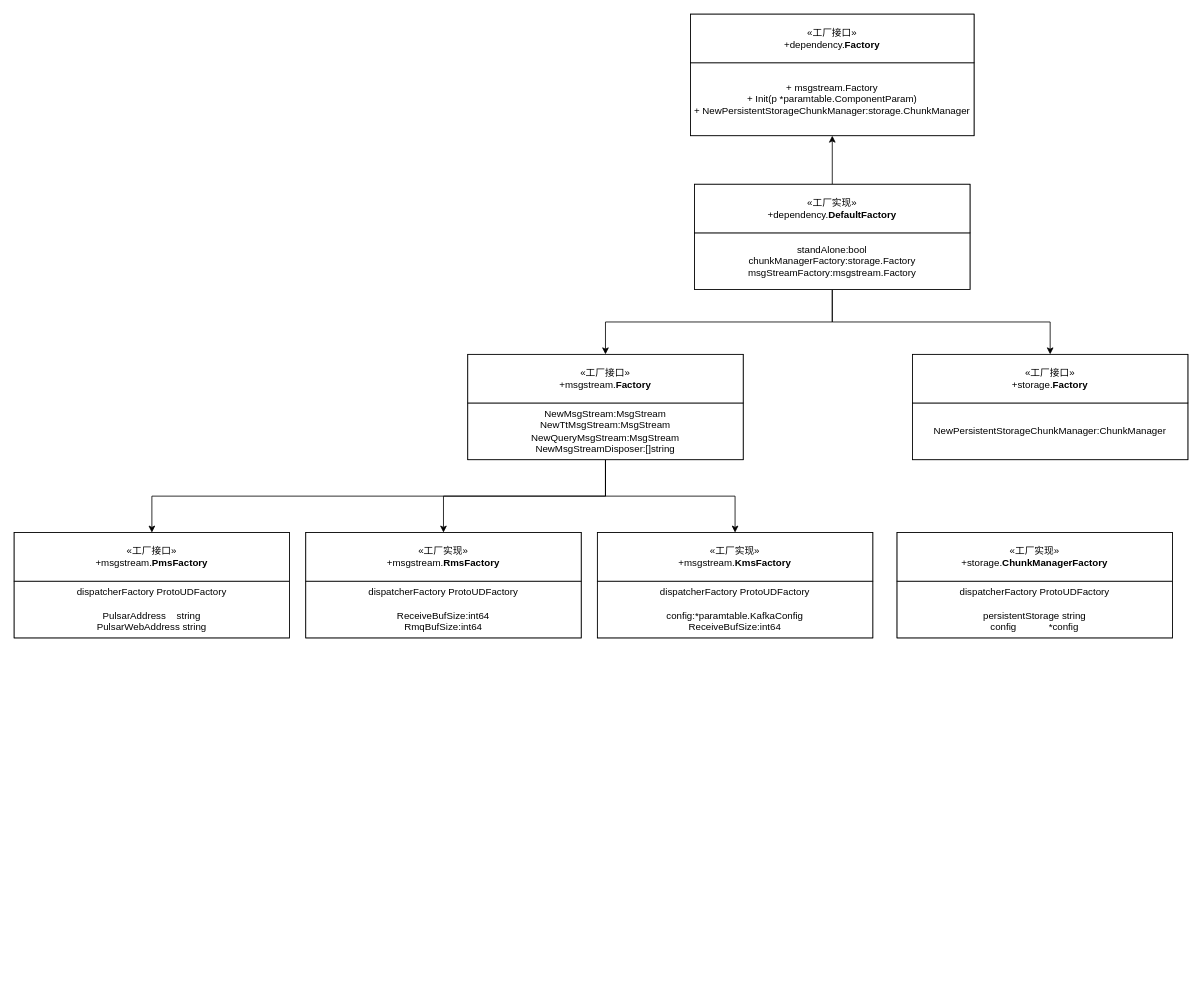
Before: 未命名绘图.drawio in wangjn163/web, a draw.io diagram. Source tidied: cells renumbered, new cells numbered last; positions are measured from the earlier drawing's top-left corner, leaving out a move shared by most shapes. Both pictures are drawn from the tidied source at 81%, with x=0, y=0 at pixel (14, 14).
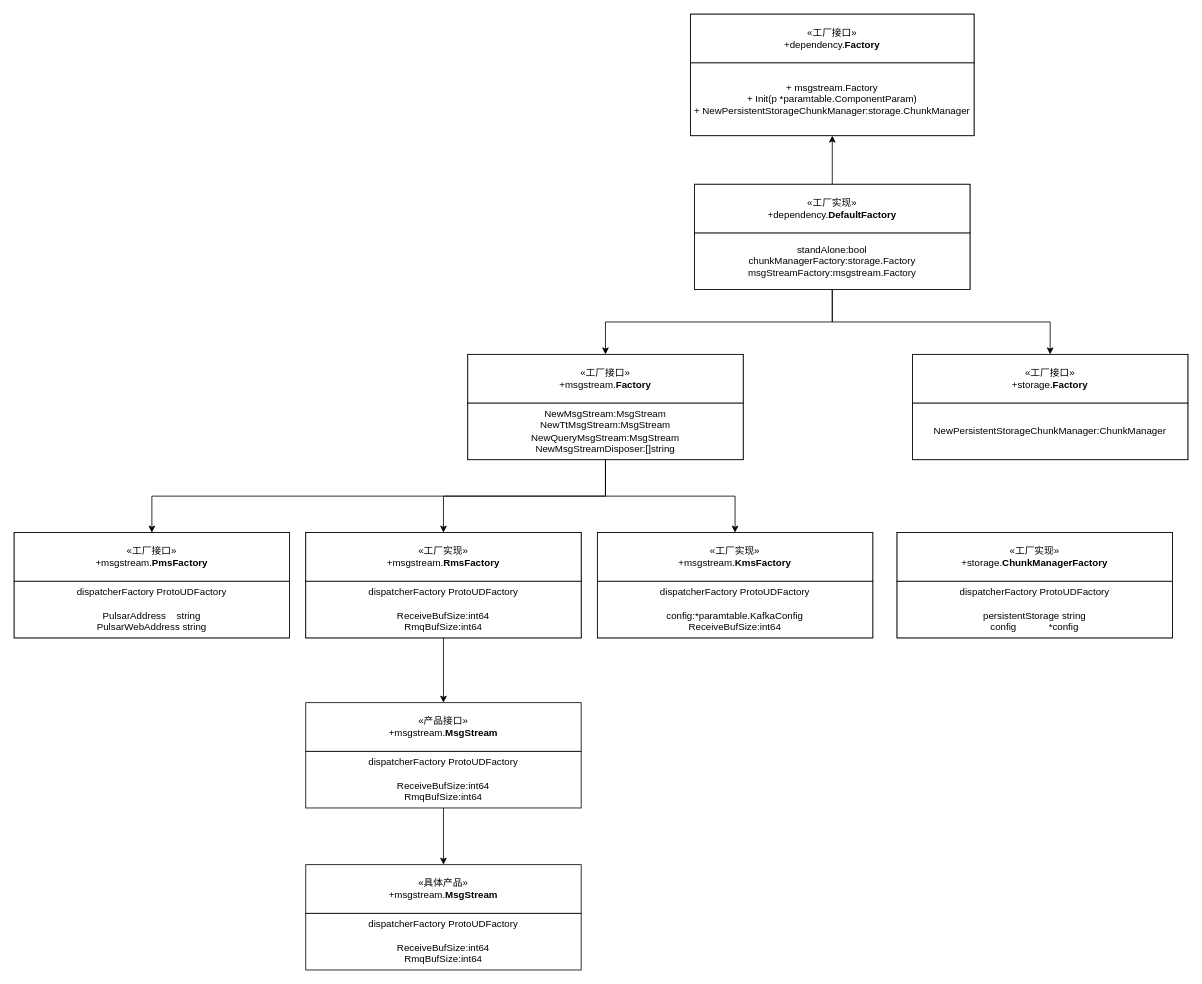
The same diagram, later.

The change refers to these unchanged cells:
```xml
<mxCell id="24" value="&lt;div&gt;dispatcherFactory ProtoUDFactory&lt;br&gt;&lt;/div&gt;&lt;div&gt;&lt;br&gt;&lt;/div&gt;&lt;div&gt;ReceiveBufSize:int64&lt;br&gt;&lt;/div&gt;&lt;div&gt;RmqBufSize:int64&lt;br&gt;&lt;/div&gt;" style="html=1;whiteSpace=wrap;" parent="1" vertex="1">
  <mxGeometry x="360" y="700" width="340" height="70" as="geometry" />
</mxCell>
```

Diff of the diagram source:
```diff
@@
+    <mxCell id="32" style="edgeStyle=orthogonalEdgeStyle;rounded=0;jettySize=auto;html=1;entryX=0.5;entryY=0;entryDx=0;entryDy=0;" parent="1" edge="1" source="24" target="35">
+      <mxGeometry relative="1" as="geometry" />
+    </mxCell>
@@
+    <mxCell id="33" style="edgeStyle=orthogonalEdgeStyle;rounded=0;jettySize=auto;html=1;exitX=0.5;exitY=1;exitDx=0;exitDy=0;entryX=0.5;entryY=0;entryDx=0;entryDy=0;" parent="1" edge="1" source="34" target="37">
+      <mxGeometry relative="1" as="geometry" />
+    </mxCell>
+    <mxCell id="34" value="&lt;div&gt;dispatcherFactory ProtoUDFactory&lt;br&gt;&lt;/div&gt;&lt;div&gt;&lt;br&gt;&lt;/div&gt;&lt;div&gt;ReceiveBufSize:int64&lt;br&gt;&lt;/div&gt;&lt;div&gt;RmqBufSize:int64&lt;br&gt;&lt;/div&gt;" style="html=1;whiteSpace=wrap;" parent="1" vertex="1">
+      <mxGeometry x="360" y="910" width="340" height="70" as="geometry" />
+    </mxCell>
+    <mxCell id="35" value="«产品接口»&lt;div&gt;+msgstream.&lt;span style=&quot;background-color: initial;&quot;&gt;&lt;b&gt;MsgStream&lt;/b&gt;&lt;/span&gt;&lt;b&gt;&lt;br&gt;&lt;/b&gt;&lt;/div&gt;" style="html=1;whiteSpace=wrap;" parent="1" vertex="1">
+      <mxGeometry x="360" y="850" width="340" height="60" as="geometry" />
+    </mxCell>
+    <mxCell id="36" value="&lt;div&gt;dispatcherFactory ProtoUDFactory&lt;br&gt;&lt;/div&gt;&lt;div&gt;&lt;br&gt;&lt;/div&gt;&lt;div&gt;ReceiveBufSize:int64&lt;br&gt;&lt;/div&gt;&lt;div&gt;RmqBufSize:int64&lt;br&gt;&lt;/div&gt;" style="html=1;whiteSpace=wrap;" parent="1" vertex="1">
+      <mxGeometry x="360" y="1110" width="340" height="70" as="geometry" />
+    </mxCell>
+    <mxCell id="37" value="«具体产品»&lt;div&gt;+msgstream.&lt;span style=&quot;background-color: initial;&quot;&gt;&lt;b&gt;MsgStream&lt;/b&gt;&lt;/span&gt;&lt;b&gt;&lt;br&gt;&lt;/b&gt;&lt;/div&gt;" style="html=1;whiteSpace=wrap;" parent="1" vertex="1">
+      <mxGeometry x="360" y="1050" width="340" height="60" as="geometry" />
+    </mxCell>
```
